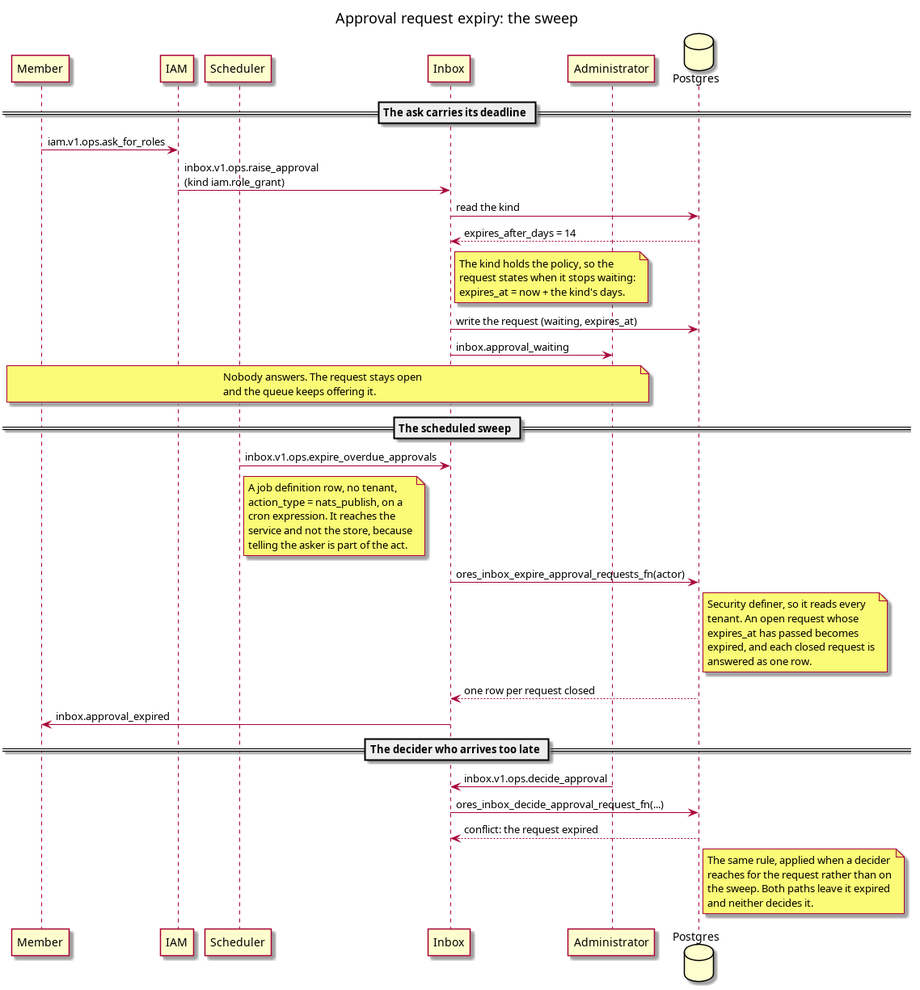
The PlantUML diagram doc/knowledge/architecture/approval_request_expiry_interaction.png in OreStudio/OreStudio, before a commit. Its source is kept beside it as doc/knowledge/architecture/approval_request_expiry_interaction.puml. Source of this version:
```plantuml
@startuml

title Approval request expiry: the sweep

participant "Member" as member
participant "IAM" as iam
participant "Scheduler" as sched
participant "Inbox" as inbox
participant "Administrator" as admin
database "Postgres" as db

== The ask carries its deadline ==

member -> iam : iam.v1.ops.ask_for_roles
iam -> inbox : inbox.v1.ops.raise_approval\n(kind iam.role_grant)
inbox -> db : read the kind
db --> inbox : expires_after_days = 14
note right of inbox
  The kind holds the policy, so the
  request states when it stops waiting:
  expires_at = now + the kind's days.
end note
inbox -> db : write the request (waiting, expires_at)
inbox -> admin : inbox.approval_waiting
note over member, admin
  Nobody answers. The request stays open
  and the queue keeps offering it.
end note

== The scheduled sweep ==

sched -> inbox : inbox.v1.ops.expire_overdue_approvals
note right of sched
  A job definition row, no tenant,
  action_type = nats_publish, on a
  cron expression. It reaches the
  service and not the store, because
  telling the asker is part of the act.
end note
inbox -> db : ores_inbox_expire_approval_requests_fn(actor)
note right of db
  Security definer, so it reads every
  tenant. An open request whose
  expires_at has passed becomes
  expired, and each closed request is
  answered as one row.
end note
db --> inbox : one row per request closed
inbox -> member : inbox.approval_expired

== The decider who arrives too late ==

admin -> inbox : inbox.v1.ops.decide_approval
inbox -> db : ores_inbox_decide_approval_request_fn(...)
db --> inbox : conflict: the request expired
note right of db
  The same rule, applied when a decider
  reaches for the request rather than on
  the sweep. Both paths leave it expired
  and neither decides it.
end note

@enduml
```
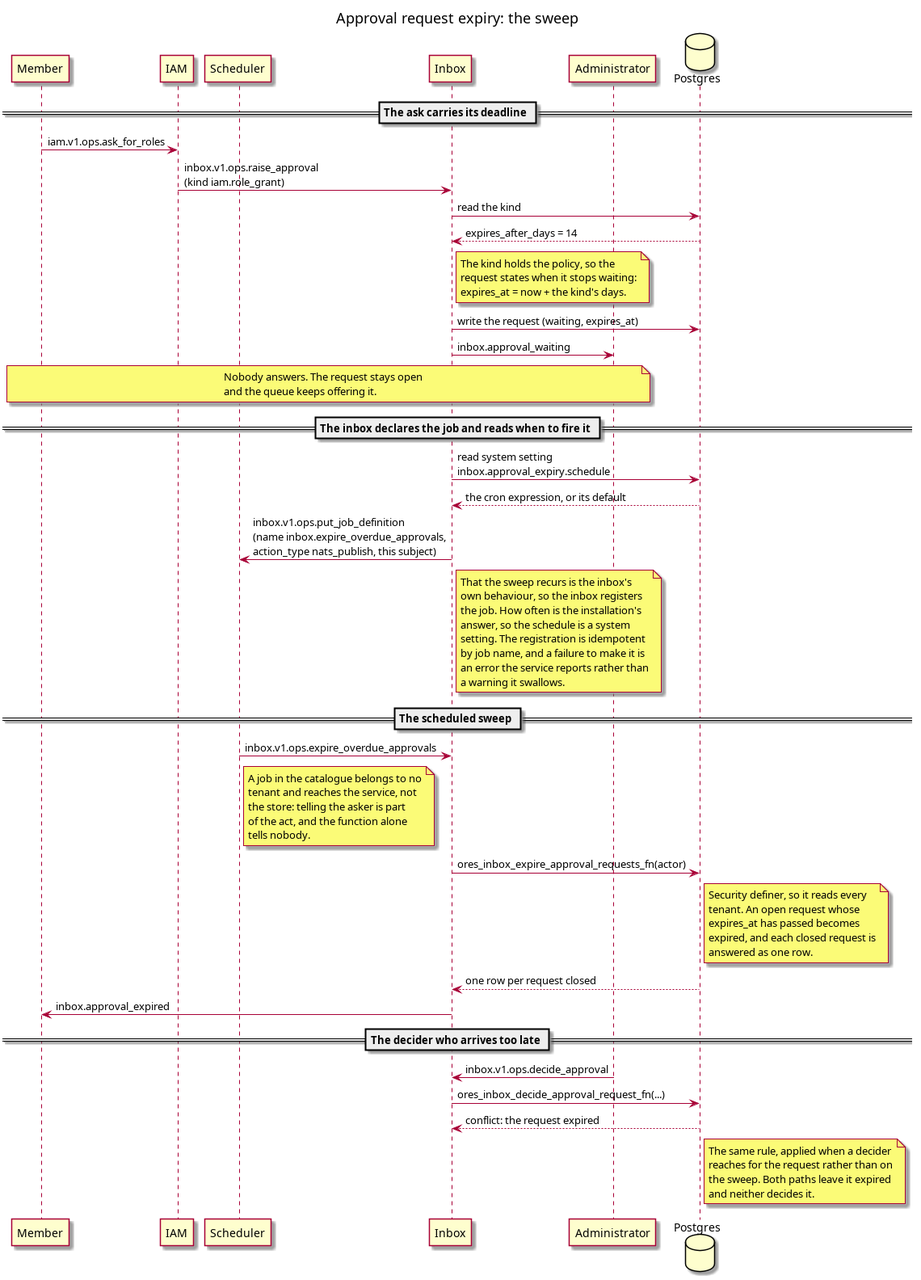
The same diagram one commit later.

Commit message:
[doc] Say who declares the expiry job and where its schedule comes from

Change to the diagram source:
```diff
@@ -27,15 +27,31 @@
   and the queue keeps offering it.
 end note
 
+== The inbox declares the job and reads when to fire it ==
+
+inbox -> db : read system setting\ninbox.approval_expiry.schedule
+db --> inbox : the cron expression, or its default
+inbox -> sched : inbox.v1.ops.put_job_definition\n(name inbox.expire_overdue_approvals,\naction_type nats_publish, this subject)
+note right of inbox
+  That the sweep recurs is the inbox's
+  own behaviour, so the inbox registers
+  the job. How often is the installation's
+  answer, so the schedule is a system
+  setting. The registration is idempotent
+  by job name, and a failure to make it is
+  an error the service reports rather than
+  a warning it swallows.
+end note
+
 == The scheduled sweep ==
 
 sched -> inbox : inbox.v1.ops.expire_overdue_approvals
 note right of sched
-  A job definition row, no tenant,
-  action_type = nats_publish, on a
-  cron expression. It reaches the
-  service and not the store, because
-  telling the asker is part of the act.
+  A job in the catalogue belongs to no
+  tenant and reaches the service, not
+  the store: telling the asker is part
+  of the act, and the function alone
+  tells nobody.
 end note
 inbox -> db : ores_inbox_expire_approval_requests_fn(actor)
 note right of db
```
